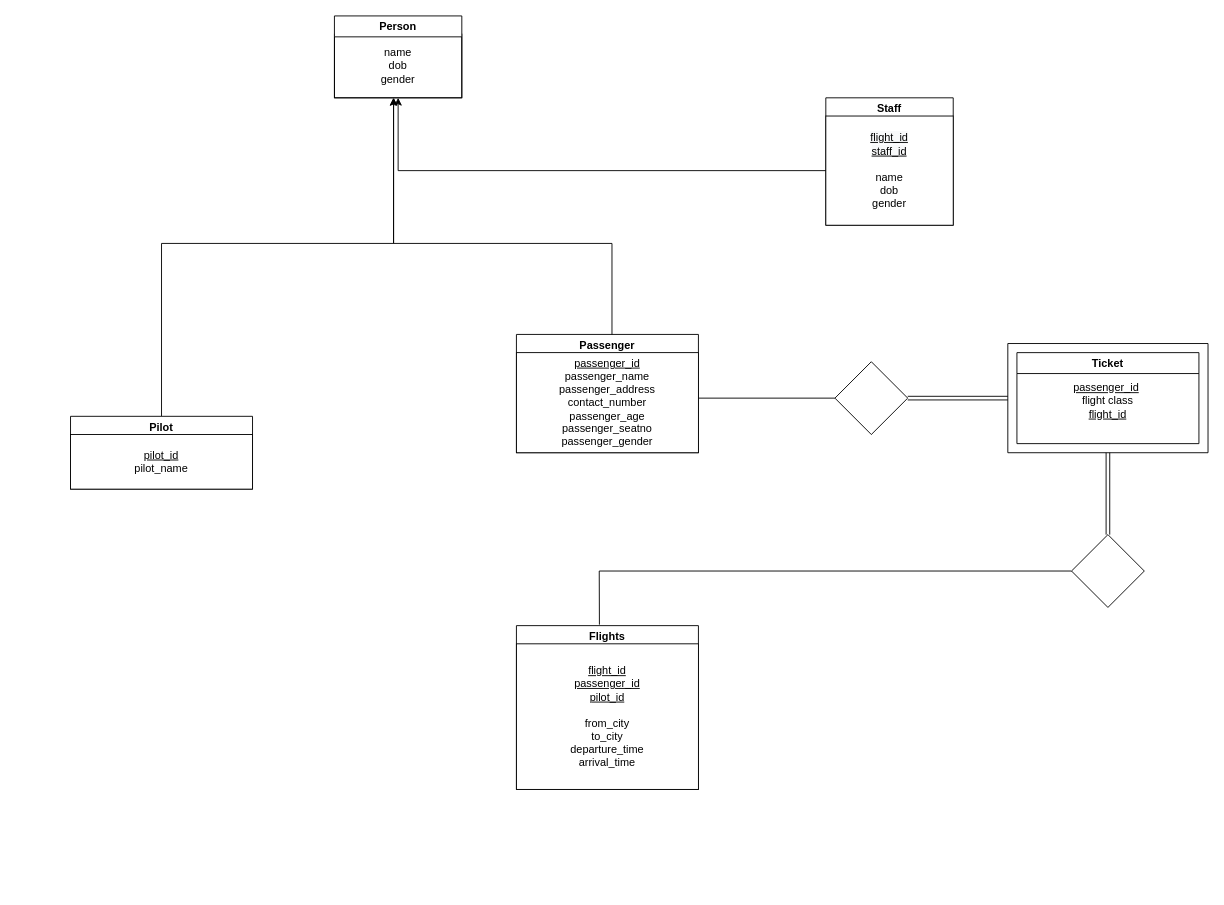
Earlier version of the draw.io diagram Database.drawio (adarsh-kishore786/IT252-Project). Source tidied: cells renumbered, new cells numbered last; positions are measured from the earlier drawing's top-left corner, leaving out a move shared by most shapes. Both pictures are drawn from the tidied source at 91%, with x=0, y=0 at pixel (70, 15).
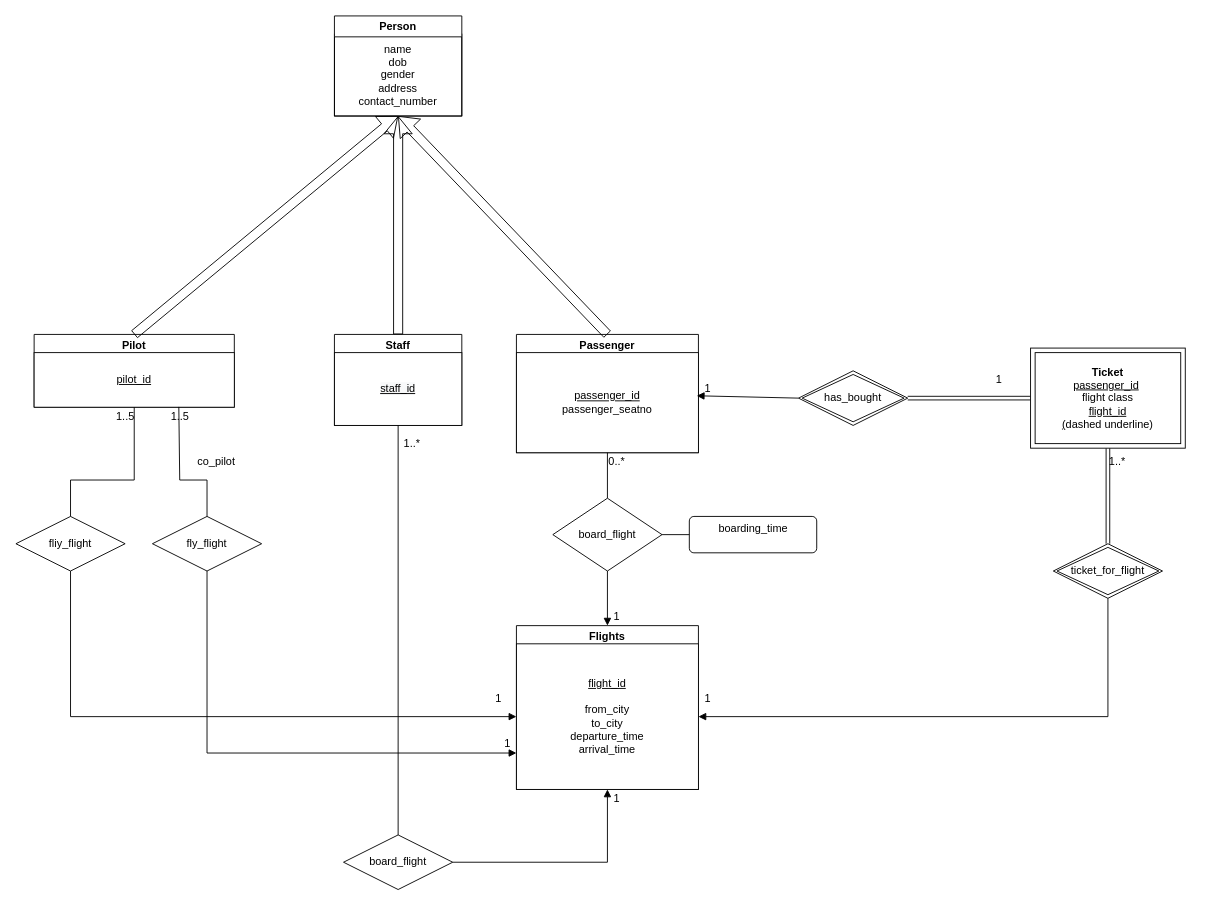
The same diagram, later.

The change refers to these unchanged cells:
```xml
<mxCell id="4" value="Flights" style="swimlane;" parent="1" vertex="1">
  <mxGeometry x="490" y="670" width="200" height="180" as="geometry" />
</mxCell>
<mxCell id="23" value="Passenger" style="swimlane;" parent="1" vertex="1">
  <mxGeometry x="490" y="350" width="200" height="130" as="geometry" />
</mxCell>
```

Diff of the diagram source:
```diff
@@
-    <mxCell id="2" style="edgeStyle=orthogonalEdgeStyle;rounded=0;jettySize=auto;html=1;exitX=0.5;exitY=0;exitDx=0;exitDy=0;entryX=0.5;entryY=1;entryDx=0;entryDy=0;" parent="1" edge="1" source="21">
-      <mxGeometry relative="1" as="geometry">
-        <mxPoint x="355" y="90" as="targetPoint" />
-        <Array as="points">
-          <mxPoint x="100" y="250" />
-          <mxPoint x="355" y="250" />
-        </Array>
-      </mxGeometry>
-    </mxCell>
-    <mxCell id="3" style="edgeStyle=orthogonalEdgeStyle;rounded=0;orthogonalLoop=1;jettySize=auto;html=1;exitX=0.5;exitY=0;exitDx=0;exitDy=0;entryX=0.5;entryY=1;entryDx=0;entryDy=0;" parent="1" edge="1">
-      <mxGeometry relative="1" as="geometry">
-        <mxPoint x="575" y="375" as="sourcePoint" />
-        <mxPoint x="355" y="90" as="targetPoint" />
-        <Array as="points">
-          <mxPoint x="595" y="250" />
-          <mxPoint x="355" y="250" />
-        </Array>
-      </mxGeometry>
-    </mxCell>
@@
-    <mxCell id="5" value="&lt;u&gt;flight_id&lt;/u&gt;&lt;br&gt;&lt;u&gt;passenger_id&lt;/u&gt;&lt;br&gt;&lt;u&gt;pilot_id&lt;/u&gt;&lt;br&gt;&lt;br&gt;from_city&lt;br&gt;to_city&lt;br&gt;departure_time&lt;br&gt;arrival_time" style="whiteSpace=wrap;html=1;" parent="4" vertex="1">
+    <mxCell id="5" value="&lt;u&gt;flight_id&lt;/u&gt;&lt;br&gt;&lt;br&gt;from_city&lt;br&gt;to_city&lt;br&gt;departure_time&lt;br&gt;arrival_time" style="whiteSpace=wrap;html=1;" parent="4" vertex="1">
       <mxGeometry y="20" width="200" height="160" as="geometry" />
     </mxCell>
-    <mxCell id="6" value="Ticket" style="swimlane;" parent="1" vertex="1">
-      <mxGeometry x="1040" y="370" width="200" height="100" as="geometry" />
-    </mxCell>
-    <mxCell id="7" value="&lt;u&gt;passenger_id&lt;/u&gt;&amp;nbsp;&lt;br&gt;flight class&lt;br&gt;&lt;u&gt;flight_id&lt;br&gt;&lt;br&gt;&lt;/u&gt;" style="text;html=1;strokeColor=none;fillColor=none;align=center;verticalAlign=middle;whiteSpace=wrap;rounded=0;" parent="6" vertex="1">
-      <mxGeometry y="20" width="200" height="80" as="geometry" />
-    </mxCell>
-    <mxCell id="8" style="rhombus;whiteSpace=wrap;html=1;" parent="1" vertex="1">
-      <mxGeometry x="840" y="380" width="80" height="80" as="geometry" />
-    </mxCell>
-    <mxCell id="9" style="rhombus;whiteSpace=wrap;html=1;" parent="1" vertex="1">
-      <mxGeometry x="1100" y="570" width="80" height="80" as="geometry" />
-    </mxCell>
-    <mxCell id="10" style="swimlane;startSize=0;" parent="1" vertex="1">
-      <mxGeometry x="1030" y="360" width="220" height="120" as="geometry" />
-    </mxCell>
-    <mxCell id="11" style="shape=link;html=1;rounded=0;entryX=0.5;entryY=0;entryDx=0;entryDy=0;exitX=0.5;exitY=1;exitDx=0;exitDy=0;" parent="1" edge="1" source="10" target="9">
+    <mxCell id="11" style="shape=link;html=1;rounded=0;entryX=0.5;entryY=0;entryDx=0;entryDy=0;exitX=0.5;exitY=1;exitDx=0;exitDy=0;" parent="1" edge="1" source="59" target="29">
       <mxGeometry relative="1" as="geometry" />
     </mxCell>
-    <mxCell id="12" style="shape=link;html=1;rounded=0;exitX=1;exitY=0.5;exitDx=0;exitDy=0;entryX=0;entryY=0.5;entryDx=0;entryDy=0;" parent="1" edge="1" source="8" target="10">
-      <mxGeometry relative="1" as="geometry" />
+    <mxCell id="12" style="shape=link;html=1;rounded=0;exitX=1;exitY=0.5;exitDx=0;exitDy=0;entryX=0;entryY=0.5;entryDx=0;entryDy=0;" parent="1" edge="1" target="59">
+      <mxGeometry relative="1" as="geometry">
+        <mxPoint x="920" y="420" as="sourcePoint" />
+      </mxGeometry>
     </mxCell>
-    <mxCell id="13" style="endArrow=none;html=1;rounded=0;entryX=0.456;entryY=-0.006;entryDx=0;entryDy=0;entryPerimeter=0;" parent="1" edge="1" source="9" target="4">
-      <mxGeometry relative="1" as="geometry">
-        <Array as="points">
-          <mxPoint x="581" y="610" />
-        </Array>
-      </mxGeometry>
-    </mxCell>
-    <mxCell id="14" style="endArrow=none;html=1;rounded=0;exitX=0;exitY=0.5;exitDx=0;exitDy=0;" parent="1" edge="1" source="8">
-      <mxGeometry relative="1" as="geometry">
-        <mxPoint x="690" y="420" as="targetPoint" />
-      </mxGeometry>
-    </mxCell>
-    <mxCell id="15" value="name&lt;br&gt;dob&lt;br&gt;gender" style="rounded=0;whiteSpace=wrap;html=1;" parent="1" vertex="1">
-      <mxGeometry x="290" y="20" width="140" height="70" as="geometry" />
+    <mxCell id="15" value="name&lt;br&gt;dob&lt;br&gt;gender&lt;br&gt;address&lt;br&gt;contact_number" style="rounded=0;whiteSpace=wrap;html=1;" parent="1" vertex="1">
+      <mxGeometry x="290" y="20" width="140" height="90" as="geometry" />
     </mxCell>
     <mxCell id="16" value="Person" style="swimlane;" parent="1" vertex="1">
-      <mxGeometry x="290" width="140" height="90" as="geometry" />
+      <mxGeometry x="290" width="140" height="110" as="geometry" />
     </mxCell>
     <mxCell id="17" value="Staff" style="swimlane;" parent="1" vertex="1">
-      <mxGeometry x="830" y="90" width="140" height="140" as="geometry" />
+      <mxGeometry x="290" y="350" width="140" height="100" as="geometry" />
     </mxCell>
-    <mxCell id="18" value="&lt;u&gt;&lt;span style=&quot;color: rgb(0 , 0 , 0) ; font-family: &amp;#34;helvetica&amp;#34; ; font-size: 12px ; font-style: normal ; font-weight: 400 ; letter-spacing: normal ; text-align: center ; text-indent: 0px ; text-transform: none ; word-spacing: 0px ; background-color: rgb(248 , 249 , 250) ; display: inline ; float: none&quot;&gt;flight_id&lt;/span&gt;&lt;br style=&quot;color: rgb(0 , 0 , 0) ; font-family: &amp;#34;helvetica&amp;#34; ; font-size: 12px ; font-style: normal ; font-weight: 400 ; letter-spacing: normal ; text-align: center ; text-indent: 0px ; text-transform: none ; word-spacing: 0px ; background-color: rgb(248 , 249 , 250)&quot;&gt;&lt;span style=&quot;color: rgb(0 , 0 , 0) ; font-family: &amp;#34;helvetica&amp;#34; ; font-size: 12px ; font-style: normal ; font-weight: 400 ; letter-spacing: normal ; text-align: center ; text-indent: 0px ; text-transform: none ; word-spacing: 0px ; background-color: rgb(248 , 249 , 250) ; display: inline ; float: none&quot;&gt;staff_id&lt;/span&gt;&lt;br&gt;&lt;/u&gt;&lt;br&gt;name&lt;br&gt;dob&lt;br&gt;gender" style="rounded=0;whiteSpace=wrap;html=1;" parent="17" vertex="1">
-      <mxGeometry y="20" width="140" height="120" as="geometry" />
+    <mxCell id="18" value="&lt;u&gt;&lt;span style=&quot;color: rgb(0 , 0 , 0) ; font-family: &amp;#34;helvetica&amp;#34; ; font-size: 12px ; font-style: normal ; font-weight: 400 ; letter-spacing: normal ; text-align: center ; text-indent: 0px ; text-transform: none ; word-spacing: 0px ; background-color: rgb(248 , 249 , 250) ; display: inline ; float: none&quot;&gt;staff_id&lt;/span&gt;&lt;/u&gt;" style="rounded=0;whiteSpace=wrap;html=1;" parent="17" vertex="1">
+      <mxGeometry y="20" width="140" height="80" as="geometry" />
     </mxCell>
-    <mxCell id="19" style="edgeStyle=orthogonalEdgeStyle;rounded=0;jettySize=auto;html=1;exitX=0;exitY=0.5;exitDx=0;exitDy=0;entryX=0.5;entryY=1;entryDx=0;entryDy=0;" parent="1" edge="1" source="18" target="16">
-      <mxGeometry relative="1" as="geometry" />
-    </mxCell>
@@
     <mxCell id="21" value="Pilot" style="swimlane;" parent="1" vertex="1">
-      <mxGeometry y="440" width="200" height="80" as="geometry" />
+      <mxGeometry x="-40" y="350" width="220" height="80" as="geometry" />
     </mxCell>
-    <mxCell id="22" value="&lt;u&gt;pilot_id&lt;/u&gt;&lt;br&gt;pilot_name" style="whiteSpace=wrap;html=1;" parent="21" vertex="1">
-      <mxGeometry y="20" width="200" height="60" as="geometry" />
+    <mxCell id="22" value="&lt;u&gt;pilot_id&lt;/u&gt;" style="whiteSpace=wrap;html=1;" parent="21" vertex="1">
+      <mxGeometry y="20" width="220" height="60" as="geometry" />
     </mxCell>
@@
-    <mxCell id="24" value="&lt;u&gt;passenger_id&lt;/u&gt;&lt;br&gt;passenger_name&lt;br&gt;passenger_address&lt;br&gt;contact_number&lt;br&gt;passenger_age&lt;br&gt;passenger_seatno&lt;br&gt;passenger_gender" style="whiteSpace=wrap;html=1;" parent="23" vertex="1">
+    <mxCell id="24" value="&lt;u&gt;passenger_id&lt;/u&gt;&lt;br&gt;passenger_seatno" style="whiteSpace=wrap;html=1;" parent="23" vertex="1">
       <mxGeometry y="20" width="200" height="110" as="geometry" />
     </mxCell>
+    <mxCell id="25" style="shape=flexArrow;endArrow=classic;html=1;rounded=0;exitX=0.5;exitY=0;exitDx=0;exitDy=0;entryX=0.5;entryY=1;entryDx=0;entryDy=0;" parent="1" edge="1" source="21" target="16">
+      <mxGeometry relative="1" as="geometry" />
+    </mxCell>
+    <mxCell id="26" style="shape=flexArrow;endArrow=classic;html=1;rounded=0;exitX=0.5;exitY=0;exitDx=0;exitDy=0;" parent="1" edge="1" source="17">
+      <mxGeometry relative="1" as="geometry">
+        <mxPoint x="360" y="110" as="targetPoint" />
+      </mxGeometry>
+    </mxCell>
+    <mxCell id="27" style="shape=flexArrow;endArrow=classic;html=1;rounded=0;exitX=0.5;exitY=0;exitDx=0;exitDy=0;entryX=0.5;entryY=1;entryDx=0;entryDy=0;" parent="1" edge="1" source="23" target="16">
+      <mxGeometry relative="1" as="geometry" />
+    </mxCell>
+    <mxCell id="28" value="has_bought" style="shape=rhombus;double=1;perimeter=rhombusPerimeter;whiteSpace=wrap;html=1;align=center;" parent="1" vertex="1">
+      <mxGeometry x="800" y="390" width="120" height="60" as="geometry" />
+    </mxCell>
+    <mxCell id="29" value="ticket_for_flight" style="shape=rhombus;double=1;perimeter=rhombusPerimeter;whiteSpace=wrap;html=1;align=center;" parent="1" vertex="1">
+      <mxGeometry x="1080" y="580" width="120" height="60" as="geometry" />
+    </mxCell>
+    <mxCell id="30" value="fliy_flight" style="shape=rhombus;perimeter=rhombusPerimeter;whiteSpace=wrap;html=1;align=center;" parent="1" vertex="1">
+      <mxGeometry x="-60" y="550" width="120" height="60" as="geometry" />
+    </mxCell>
+    <mxCell id="31" value="board_flight" style="shape=rhombus;perimeter=rhombusPerimeter;whiteSpace=wrap;html=1;align=center;" parent="1" vertex="1">
+      <mxGeometry x="300" y="900" width="120" height="60" as="geometry" />
+    </mxCell>
+    <mxCell id="32" style="endArrow=none;html=1;rounded=0;exitX=0.5;exitY=0;exitDx=0;exitDy=0;entryX=0.5;entryY=1;entryDx=0;entryDy=0;" parent="1" edge="1" source="31" target="17">
+      <mxGeometry relative="1" as="geometry" />
+    </mxCell>
+    <mxCell id="33" value="board_flight" style="shape=rhombus;perimeter=rhombusPerimeter;whiteSpace=wrap;html=1;align=center;" parent="1" vertex="1">
+      <mxGeometry x="530" y="530" width="120" height="80" as="geometry" />
+    </mxCell>
+    <mxCell id="34" style="endArrow=none;html=1;rounded=0;entryX=0.5;entryY=0;entryDx=0;entryDy=0;exitX=0.5;exitY=1;exitDx=0;exitDy=0;" parent="1" edge="1" source="24" target="33">
+      <mxGeometry relative="1" as="geometry" />
+    </mxCell>
+    <mxCell id="35" value="1..5" style="text;html=1;align=center;verticalAlign=middle;points=[];strokeColor=none;fillColor=none;" parent="1" vertex="1">
+      <mxGeometry x="100" y="430" width="40" height="20" as="geometry" />
+    </mxCell>
+    <mxCell id="36" value="1" style="text;html=1;align=center;verticalAlign=middle;strokeColor=none;fillColor=none;" parent="1" vertex="1">
+      <mxGeometry x="460" y="740" width="20" height="20" as="geometry" />
+    </mxCell>
+    <mxCell id="37" value="1" style="text;html=1;align=center;verticalAlign=middle;strokeColor=none;fillColor=none;" parent="1" vertex="1">
+      <mxGeometry x="590" y="650" width="20" height="20" as="geometry" />
+    </mxCell>
+    <mxCell id="38" value="0..*" style="text;html=1;align=center;verticalAlign=middle;strokeColor=none;fillColor=none;" parent="1" vertex="1">
+      <mxGeometry x="585" y="480" width="30" height="20" as="geometry" />
+    </mxCell>
+    <mxCell id="39" value="1..*" style="text;html=1;align=center;verticalAlign=middle;strokeColor=none;fillColor=none;" parent="1" vertex="1">
+      <mxGeometry x="360" y="460" width="30" height="20" as="geometry" />
+    </mxCell>
+    <mxCell id="40" value="1" style="text;html=1;align=center;verticalAlign=middle;strokeColor=none;fillColor=none;" parent="1" vertex="1">
+      <mxGeometry x="590" y="850" width="20" height="20" as="geometry" />
+    </mxCell>
+    <mxCell id="41" value="1" style="text;html=1;align=center;verticalAlign=middle;points=[];strokeColor=none;fillColor=none;" parent="1" vertex="1">
+      <mxGeometry x="690" y="400" width="20" height="20" as="geometry" />
+    </mxCell>
+    <mxCell id="42" value="1" style="text;html=1;align=center;verticalAlign=middle;strokeColor=none;fillColor=none;" parent="1" vertex="1">
+      <mxGeometry x="1010" y="390" width="20" height="20" as="geometry" />
+    </mxCell>
+    <mxCell id="43" value="1" style="text;html=1;align=center;verticalAlign=middle;strokeColor=none;fillColor=none;" parent="1" vertex="1">
+      <mxGeometry x="690" y="740" width="20" height="20" as="geometry" />
+    </mxCell>
+    <mxCell id="44" value="1..*" style="text;html=1;align=center;verticalAlign=middle;strokeColor=none;fillColor=none;" parent="1" vertex="1">
+      <mxGeometry x="1135" y="480" width="30" height="20" as="geometry" />
+    </mxCell>
+    <mxCell id="45" style="html=1;verticalAlign=bottom;labelBackgroundColor=none;endArrow=block;endFill=1;rounded=0;exitX=0;exitY=0.5;exitDx=0;exitDy=0;entryX=-0.093;entryY=0.871;entryDx=0;entryDy=0;entryPerimeter=0;" parent="1" edge="1" source="28" target="41">
+      <mxGeometry relative="1" as="geometry" />
+    </mxCell>
+    <mxCell id="46" style="html=1;verticalAlign=bottom;labelBackgroundColor=none;endArrow=block;endFill=1;rounded=0;exitX=0.5;exitY=1;exitDx=0;exitDy=0;" parent="1" edge="1" source="29" target="5">
+      <mxGeometry relative="1" as="geometry">
+        <Array as="points">
+          <mxPoint x="1140" y="770" />
+        </Array>
+      </mxGeometry>
+    </mxCell>
+    <mxCell id="47" style="html=1;verticalAlign=bottom;labelBackgroundColor=none;endArrow=block;endFill=1;rounded=0;exitX=0.5;exitY=1;exitDx=0;exitDy=0;entryX=0.5;entryY=0;entryDx=0;entryDy=0;" parent="1" edge="1" source="33" target="4">
+      <mxGeometry relative="1" as="geometry" />
+    </mxCell>
+    <mxCell id="48" style="html=1;verticalAlign=bottom;labelBackgroundColor=none;endArrow=block;endFill=1;rounded=0;entryX=0;entryY=0.5;entryDx=0;entryDy=0;exitX=0.5;exitY=1;exitDx=0;exitDy=0;" parent="1" edge="1" source="30" target="5">
+      <mxGeometry relative="1" as="geometry">
+        <Array as="points">
+          <mxPoint y="770" />
+        </Array>
+      </mxGeometry>
+    </mxCell>
+    <mxCell id="49" style="html=1;verticalAlign=bottom;labelBackgroundColor=none;endArrow=block;endFill=1;rounded=0;entryX=0.5;entryY=1;entryDx=0;entryDy=0;exitX=1;exitY=0.5;exitDx=0;exitDy=0;" parent="1" edge="1" source="31" target="5">
+      <mxGeometry relative="1" as="geometry">
+        <Array as="points">
+          <mxPoint x="590" y="930" />
+        </Array>
+      </mxGeometry>
+    </mxCell>
+    <mxCell id="50" value="boarding_time" style="html=1;align=center;verticalAlign=top;rounded=1;absoluteArcSize=1;arcSize=10;dashed=0;" parent="1" vertex="1">
+      <mxGeometry x="680" y="550" width="140" height="40" as="geometry" />
+    </mxCell>
+    <mxCell id="51" style="endArrow=none;html=1;rounded=0;entryX=0;entryY=0.5;entryDx=0;entryDy=0;exitX=1;exitY=0.5;exitDx=0;exitDy=0;" parent="1" edge="1" source="33" target="50">
+      <mxGeometry relative="1" as="geometry" />
+    </mxCell>
+    <mxCell id="52" value="fly_flight" style="shape=rhombus;perimeter=rhombusPerimeter;whiteSpace=wrap;html=1;align=center;" parent="1" vertex="1">
+      <mxGeometry x="90" y="550" width="120" height="60" as="geometry" />
+    </mxCell>
+    <mxCell id="53" style="endArrow=none;html=1;rounded=0;exitX=0.5;exitY=0;exitDx=0;exitDy=0;entryX=0.475;entryY=-0.017;entryDx=0;entryDy=0;entryPerimeter=0;" parent="1" edge="1" source="52" target="35">
+      <mxGeometry relative="1" as="geometry">
+        <Array as="points">
+          <mxPoint x="150" y="510" />
+          <mxPoint x="120" y="510" />
+        </Array>
+      </mxGeometry>
+    </mxCell>
+    <mxCell id="54" value="co_pilot" style="text;html=1;align=center;verticalAlign=middle;strokeColor=none;fillColor=none;" parent="1" vertex="1">
+      <mxGeometry x="130" y="480" width="60" height="20" as="geometry" />
+    </mxCell>
+    <mxCell id="55" style="endArrow=none;html=1;rounded=0;exitX=0.5;exitY=0;exitDx=0;exitDy=0;entryX=0.5;entryY=1;entryDx=0;entryDy=0;" parent="1" edge="1" source="30" target="22">
+      <mxGeometry relative="1" as="geometry">
+        <Array as="points">
+          <mxPoint y="510" />
+          <mxPoint x="70" y="510" />
+        </Array>
+      </mxGeometry>
+    </mxCell>
+    <mxCell id="56" style="html=1;verticalAlign=bottom;labelBackgroundColor=none;endArrow=block;endFill=1;rounded=0;entryX=0;entryY=0.75;entryDx=0;entryDy=0;exitX=0.5;exitY=1;exitDx=0;exitDy=0;" parent="1" edge="1" source="52" target="5">
+      <mxGeometry relative="1" as="geometry">
+        <Array as="points">
+          <mxPoint x="150" y="810" />
+        </Array>
+      </mxGeometry>
+    </mxCell>
+    <mxCell id="57" value="1" style="text;html=1;align=center;verticalAlign=middle;strokeColor=none;fillColor=none;" parent="1" vertex="1">
+      <mxGeometry x="470" y="790" width="20" height="20" as="geometry" />
+    </mxCell>
+    <mxCell id="58" value="1..5" style="text;html=1;align=center;verticalAlign=middle;strokeColor=none;fillColor=none;" parent="1" vertex="1">
+      <mxGeometry x="40" y="430" width="40" height="20" as="geometry" />
+    </mxCell>
+    <mxCell id="59" value="&lt;b&gt;Ticket&lt;/b&gt;&lt;br&gt;&lt;u&gt;passenger_id&lt;/u&gt;&amp;nbsp;&lt;br&gt;flight class&lt;br&gt;&lt;u&gt;flight_id&lt;br&gt;(&lt;/u&gt;dashed underline)" style="shape=ext;margin=3;double=1;whiteSpace=wrap;html=1;align=center;" parent="1" vertex="1">
+      <mxGeometry x="1055" y="365" width="170" height="110" as="geometry" />
+    </mxCell>
```
